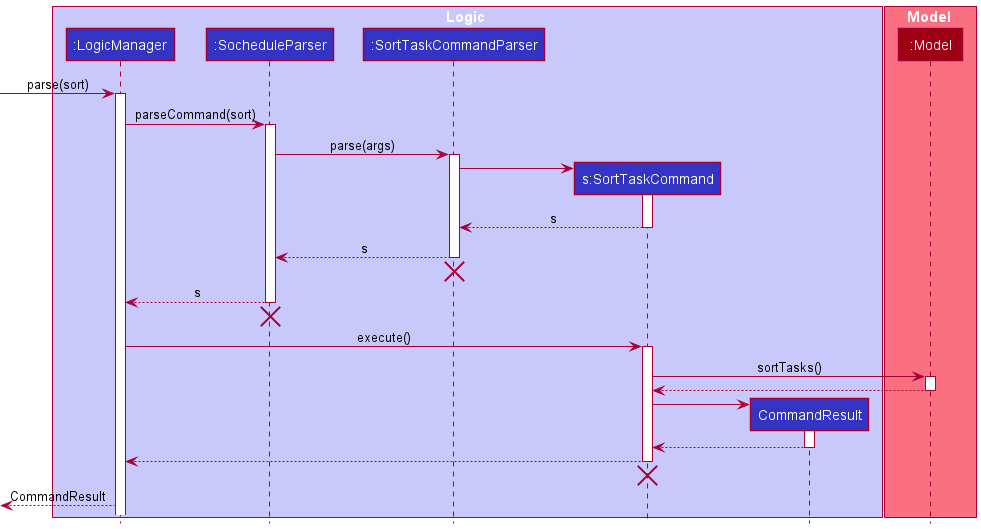
Earlier version of the PlantUML export docs/images/SortTaskSequenceDiagram.png (nus-cs2103-AY2021S2/tp).
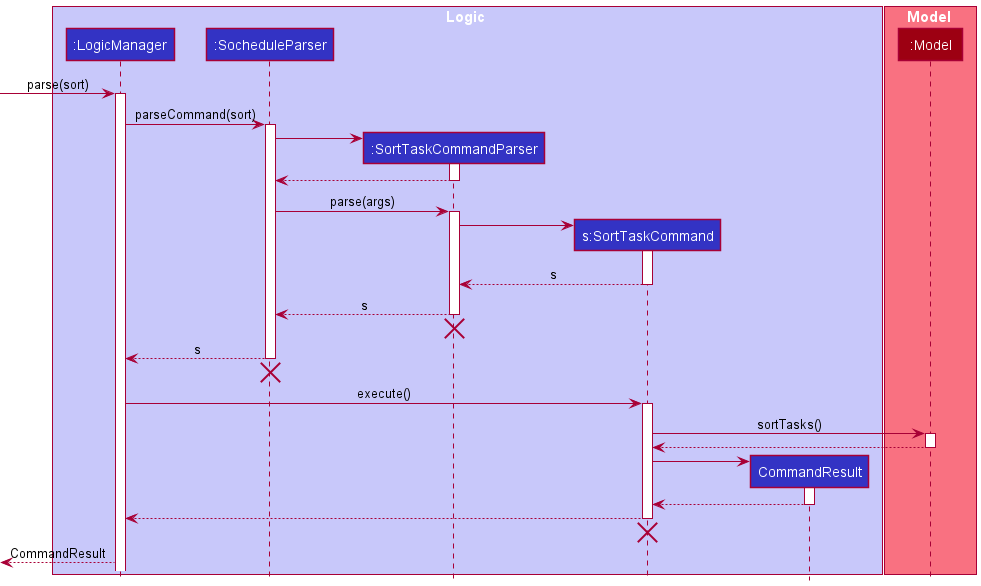
Above is the later version.

Change to the diagram source:
```diff
@@ -18,6 +18,12 @@
 
 LogicManager -> SocheduleParser : parseCommand(sort)
 activate SocheduleParser
+
+create SortTaskCommandParser
+SocheduleParser -> SortTaskCommandParser
+activate SortTaskCommandParser
+SocheduleParser <-- SortTaskCommandParser
+deactivate SortTaskCommandParser
 
 SocheduleParser -> SortTaskCommandParser: parse(args)
 activate SortTaskCommandParser
```
